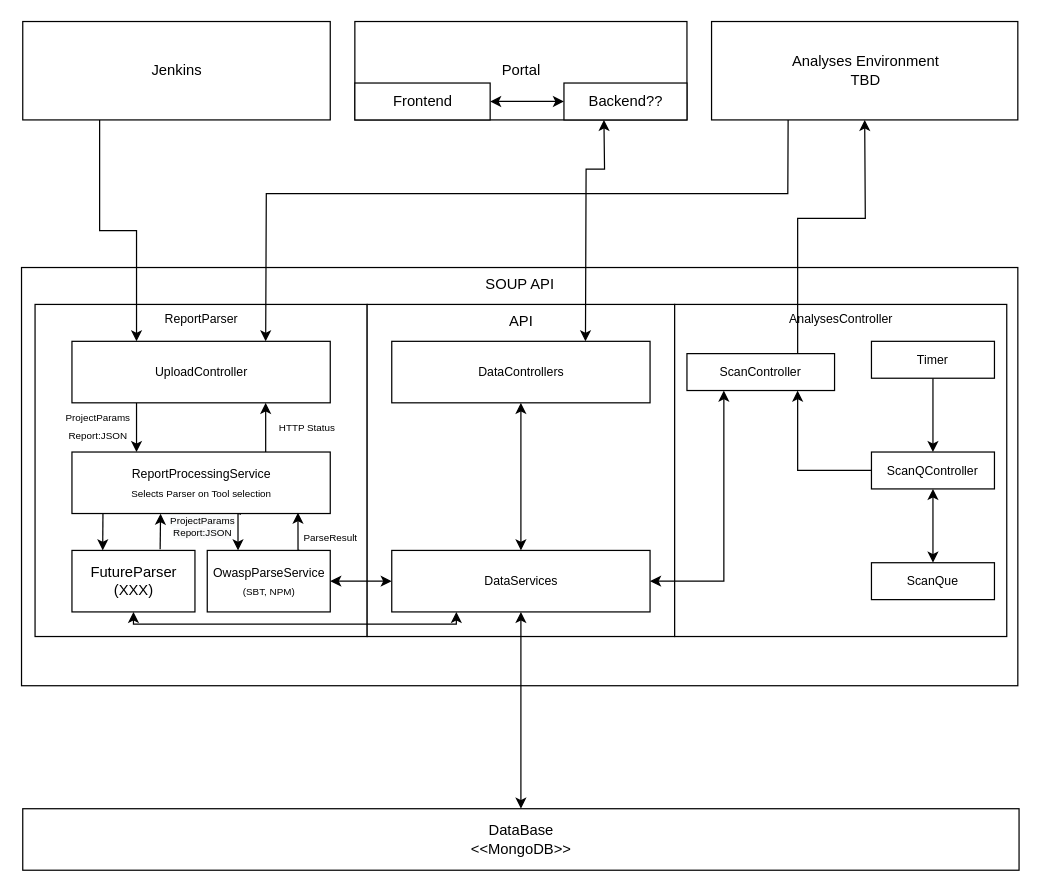
Before: page "SOUPAPI MODULES" (2 of 12) of gfx/SOUPAPI.drawio in codefink2020/AfstudeerVerslagFINAL, a draw.io diagram. Source tidied: cells renumbered, new cells numbered last; positions are measured from the earlier drawing's top-left corner, leaving out a move shared by most shapes. Both pictures are drawn from the tidied source at 123%, with x=0, y=0 at pixel (21, 21).
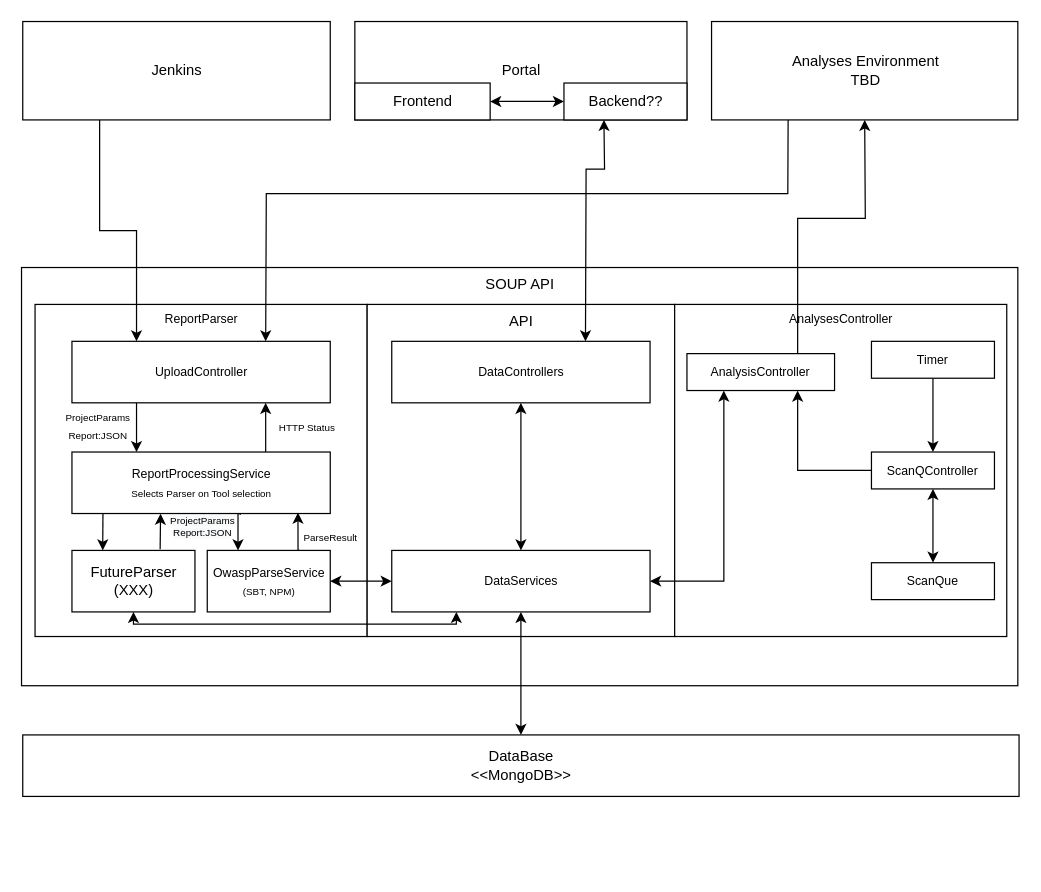
Above is the later version.

Change to the diagram source:
```diff
@@
     <mxCell id="8" value="DataBase&lt;br&gt;&amp;lt;&amp;lt;MongoDB&amp;gt;&amp;gt;" style="html=1;fontSize=12;" parent="1" vertex="1">
-      <mxGeometry x="1" y="640" width="810" height="50" as="geometry" />
+      <mxGeometry x="1" y="580" width="810" height="50" as="geometry" />
     </mxCell>
@@
-    <mxCell id="40" value="&lt;font style=&quot;font-size: 10px&quot;&gt;ScanController&lt;/font&gt;" style="rounded=0;whiteSpace=wrap;html=1;labelBackgroundColor=none;fontSize=8;" parent="1" vertex="1">
+    <mxCell id="40" value="&lt;font style=&quot;font-size: 10px&quot;&gt;AnalysisController&lt;/font&gt;" style="rounded=0;whiteSpace=wrap;html=1;labelBackgroundColor=none;fontSize=8;" parent="1" vertex="1">
       <mxGeometry x="541" y="270" width="120" height="30" as="geometry" />
     </mxCell>
```
